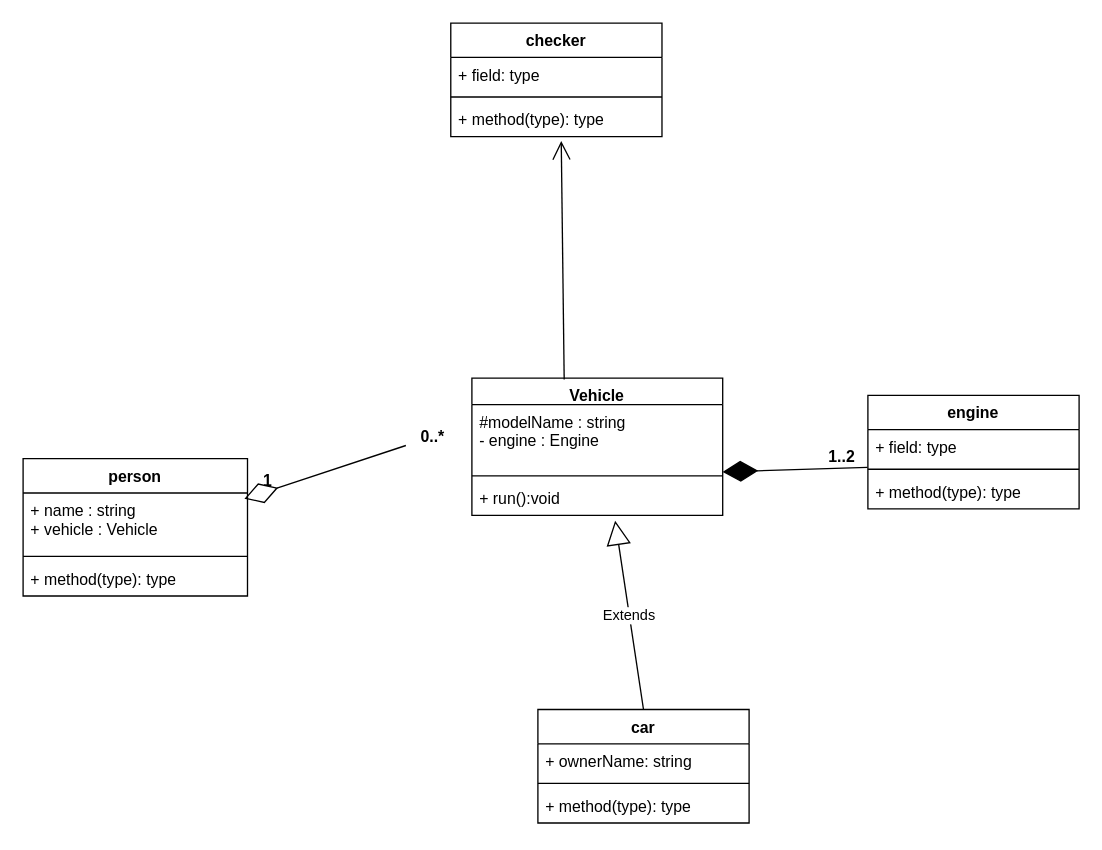
hoangluu18/git_learn keeps this draw.io diagram as a.drawio. Above is the earlier version. Source tidied: cells renumbered, new cells numbered last; positions are measured from the earlier drawing's top-left corner, leaving out a move shared by most shapes. Both pictures are drawn from the tidied source at 132%, with x=0, y=0 at pixel (22, 22).
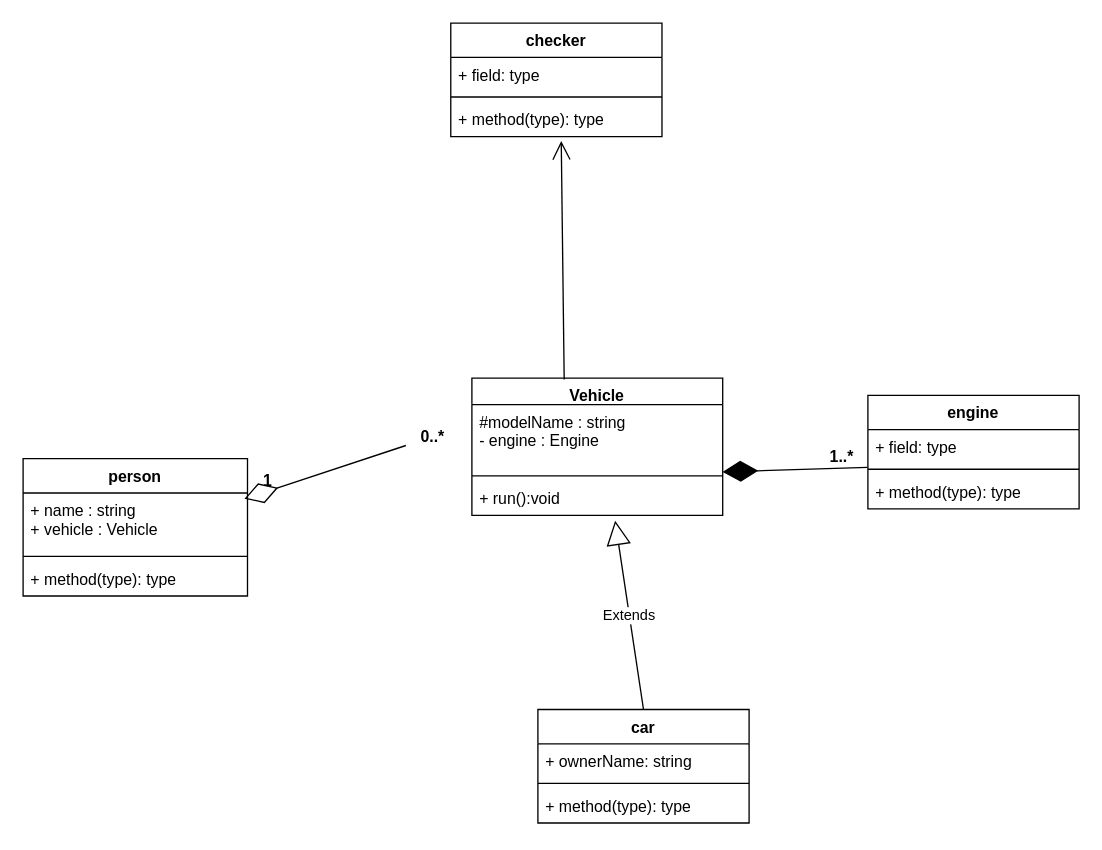
Above is the later version.

Change to the diagram source:
```diff
@@
-    <mxCell id="28" value="1..2" style="text;align=center;fontStyle=1;verticalAlign=middle;spacingLeft=3;spacingRight=3;strokeColor=none;html=1;" parent="1" vertex="1">
+    <mxCell id="28" value="1..*&lt;br&gt;" style="text;align=center;fontStyle=1;verticalAlign=middle;spacingLeft=3;spacingRight=3;strokeColor=none;html=1;" parent="1" vertex="1">
       <mxGeometry x="590" y="320" width="60" height="18" as="geometry" />
     </mxCell>
```
